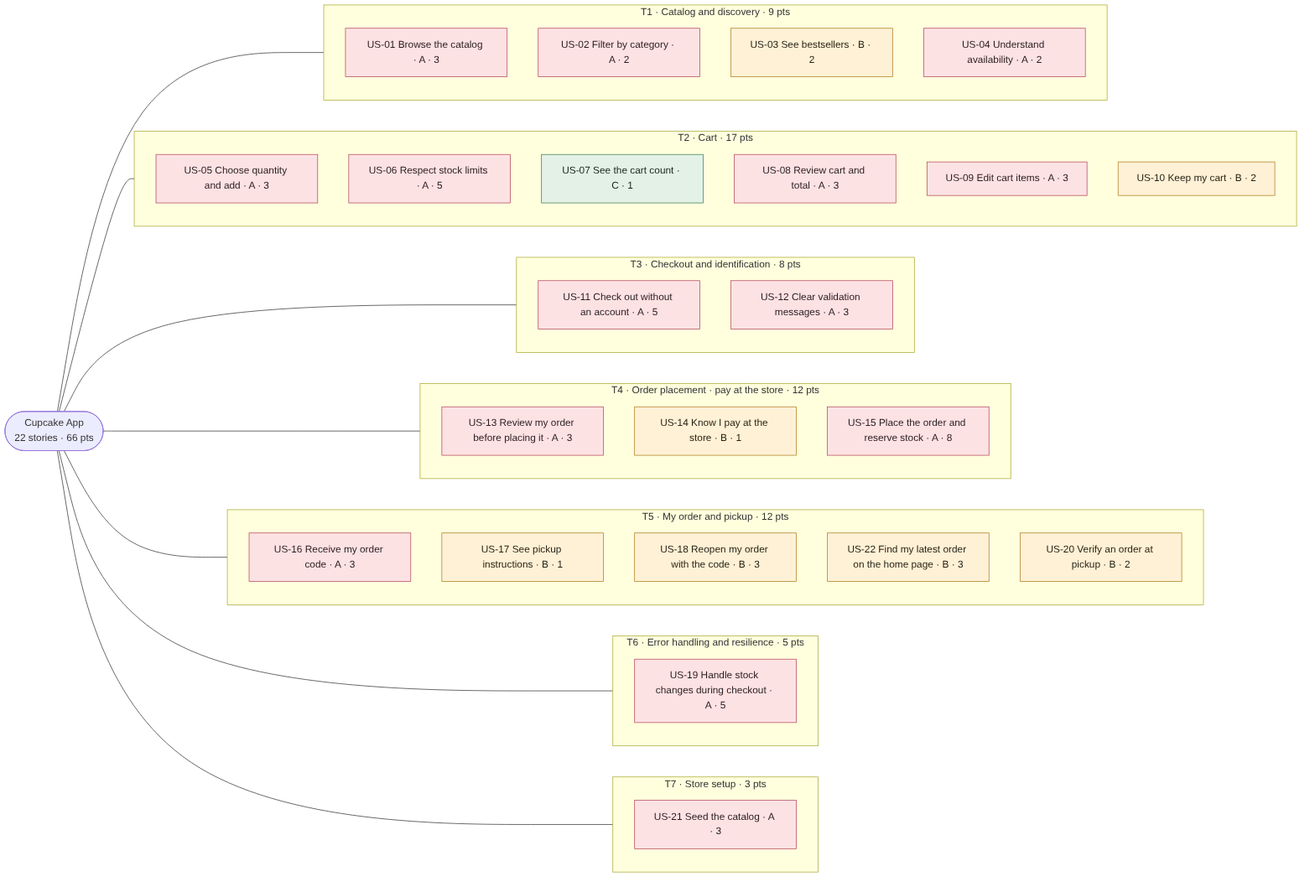
The Mermaid diagram docs/diagrams/planning/affinity-map.png in tiagopacedev/cupcake-app, before a commit. Its source is kept beside it as docs/diagrams/planning/affinity-map.mmd.
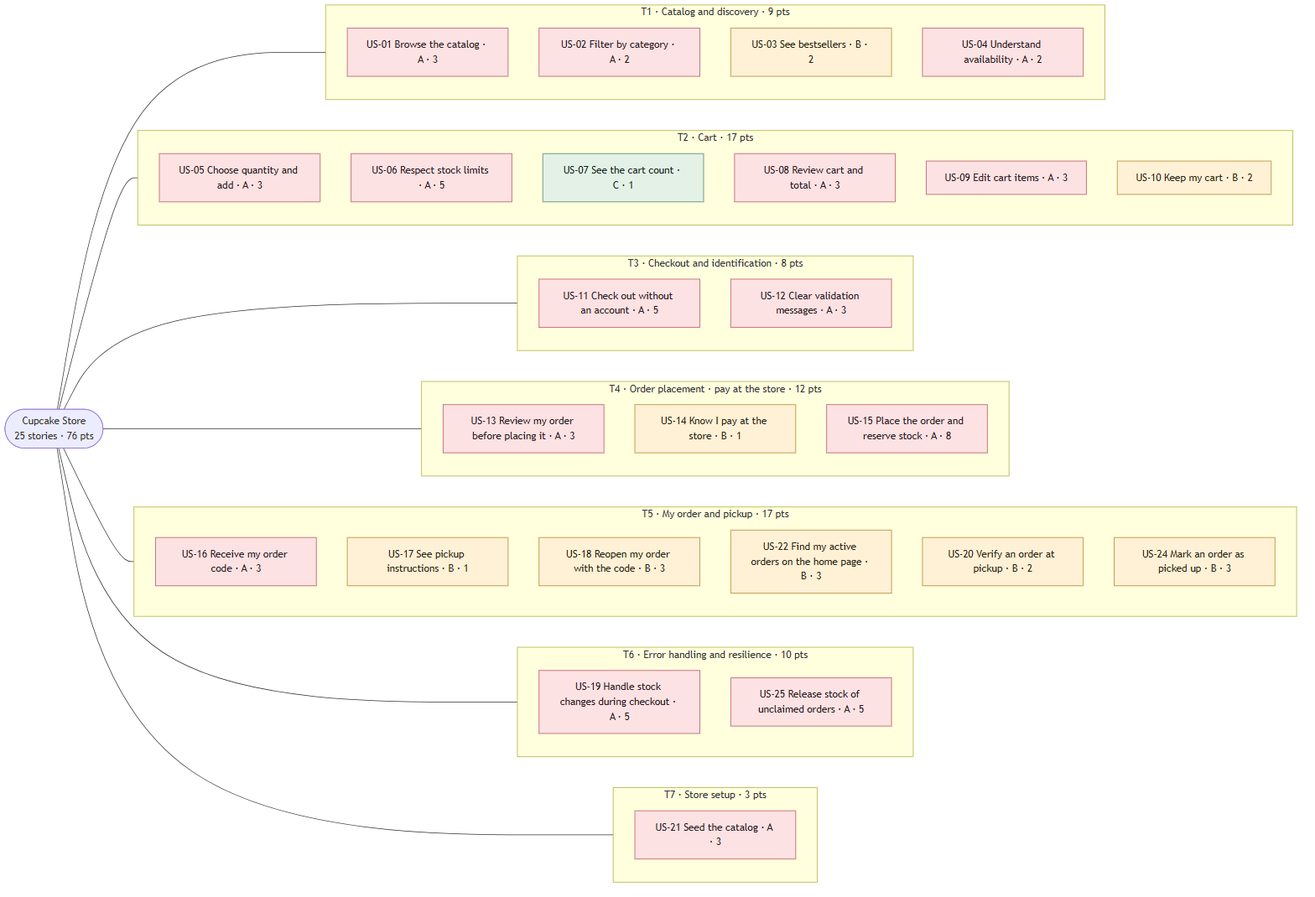
After the commit.

What changed in the source:
```diff
@@ -1,5 +1,5 @@
 flowchart LR
-  APP(["Cupcake App<br/>22 stories · 66 pts"])
+  APP(["Cupcake Store<br/>25 stories · 76 pts"])
 
   subgraph T1["T1 · Catalog and discovery · 9 pts"]
     direction TB
@@ -32,17 +32,20 @@
     US15["US-15 Place the order and reserve stock · A · 8"]
   end
 
-  subgraph T5["T5 · My order and pickup · 12 pts"]
+  subgraph T5["T5 · My order and pickup · 17 pts"]
     direction TB
     US16["US-16 Receive my order code · A · 3"]
     US17["US-17 See pickup instructions · B · 1"]
     US18["US-18 Reopen my order with the code · B · 3"]
-    US22["US-22 Find my latest order on the home page · B · 3"]
+    US22["US-22 Find my active orders on the home page · B · 3"]
     US20["US-20 Verify an order at pickup · B · 2"]
+    US24["US-24 Mark an order as picked up · B · 3"]
   end
 
-  subgraph T6["T6 · Error handling and resilience · 5 pts"]
+  subgraph T6["T6 · Error handling and resilience · 10 pts"]
+    direction TB
     US19["US-19 Handle stock changes during checkout · A · 5"]
+    US25["US-25 Release stock of unclaimed orders · A · 5"]
   end
 
   subgraph T7["T7 · Store setup · 3 pts"]
@@ -60,6 +63,6 @@
   classDef a fill:#FDE2E4,stroke:#B5485A,color:#2B1B1E
   classDef b fill:#FFF1D6,stroke:#B07D1F,color:#2B2414
   classDef c fill:#E3F1E7,stroke:#3E7D53,color:#16261B
-  class US01,US02,US04,US05,US06,US08,US09,US11,US12,US13,US15,US16,US19,US21 a
-  class US03,US10,US14,US17,US18,US20,US22 b
+  class US01,US02,US04,US05,US06,US08,US09,US11,US12,US13,US15,US16,US19,US21,US25 a
+  class US03,US10,US14,US17,US18,US20,US22,US24 b
   class US07 c
```
